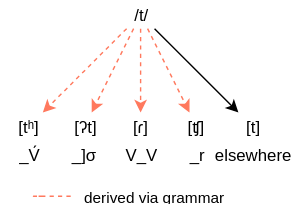
Above: teaching/tallophonesderived.svg in BrianWilliamSmith/BrianWilliamSmith.github.io (draw.io), before the change. Source tidied: cells renumbered, new cells last; positions are measured from the earlier drawing's top-left corner, leaving out a move shared by most shapes.
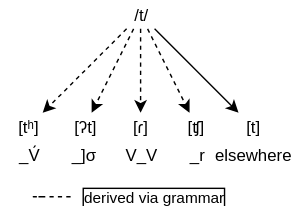
Later version of the same file.

What changed in the source:
```diff
@@ -20,19 +20,19 @@
     <mxCell id="7" value="[ʔt]" style="text;html=1;strokeColor=none;fillColor=none;align=center;verticalAlign=middle;whiteSpace=wrap;rounded=0;" parent="1" vertex="1">
       <mxGeometry x="40" y="80" width="40" height="20" as="geometry" />
     </mxCell>
-    <mxCell id="8" style="endArrow=classic;html=1;strokeColor=#FF795E;comic=0;fixDash=1;dashed=1;" parent="1" edge="1" source="2" target="5">
+    <mxCell id="8" style="endArrow=classic;html=1;strokeColor=#000000;comic=0;fixDash=1;dashed=1;" parent="1" edge="1" source="2" target="5">
       <mxGeometry relative="1" as="geometry" />
     </mxCell>
-    <mxCell id="9" style="endArrow=classic;html=1;strokeColor=#FF795E;comic=0;fixDash=1;dashed=1;" parent="1" edge="1" source="2" target="7">
+    <mxCell id="9" style="endArrow=classic;html=1;strokeColor=#000000;comic=0;fixDash=1;dashed=1;" parent="1" edge="1" source="2" target="7">
       <mxGeometry relative="1" as="geometry" />
     </mxCell>
-    <mxCell id="10" style="endArrow=classic;html=1;exitX=0.5;exitY=1;exitDx=0;exitDy=0;strokeColor=#FF795E;comic=0;fixDash=1;dashed=1;" parent="1" edge="1" source="2" target="4">
+    <mxCell id="10" style="endArrow=classic;html=1;exitX=0.5;exitY=1;exitDx=0;exitDy=0;strokeColor=#000000;comic=0;fixDash=1;dashed=1;" parent="1" edge="1" source="2" target="4">
       <mxGeometry relative="1" as="geometry" />
     </mxCell>
     <mxCell id="11" style="endArrow=classic;html=1;" parent="1" edge="1" source="2" target="3">
       <mxGeometry relative="1" as="geometry" />
     </mxCell>
-    <mxCell id="12" style="endArrow=classic;html=1;strokeColor=#FF795E;comic=0;fixDash=1;dashed=1;" parent="1" edge="1" source="2" target="6">
+    <mxCell id="12" style="endArrow=classic;html=1;strokeColor=#000000;comic=0;fixDash=1;dashed=1;" parent="1" edge="1" source="2" target="6">
       <mxGeometry relative="1" as="geometry" />
     </mxCell>
     <mxCell id="13" value="_V́" style="text;html=1;strokeColor=none;fillColor=none;align=center;verticalAlign=middle;whiteSpace=wrap;rounded=0;" parent="1" vertex="1">
@@ -50,7 +50,7 @@
     <mxCell id="17" value="elsewhere" style="text;html=1;strokeColor=none;fillColor=none;align=center;verticalAlign=middle;whiteSpace=wrap;rounded=0;" parent="1" vertex="1">
       <mxGeometry x="160" y="100" width="40" height="20" as="geometry" />
     </mxCell>
-    <mxCell id="18" value="derived via grammar" style="endArrow=none;html=1;strokeColor=#FF795E;comic=0;fixDash=1;dashed=1;endFill=0;" parent="1" edge="1">
+    <mxCell id="18" value="derived via grammar" style="endArrow=none;strokeColor=#000000;comic=0;fixDash=1;dashed=1;endFill=0;labelBorderColor=#000000;spacingTop=0;horizontal=1;html=1;spacing=3;" parent="1" edge="1">
       <mxGeometry x="1" y="60" relative="1" as="geometry">
         <mxPoint x="30" y="140" as="sourcePoint" />
         <mxPoint x="50" y="140" as="targetPoint" />
```
